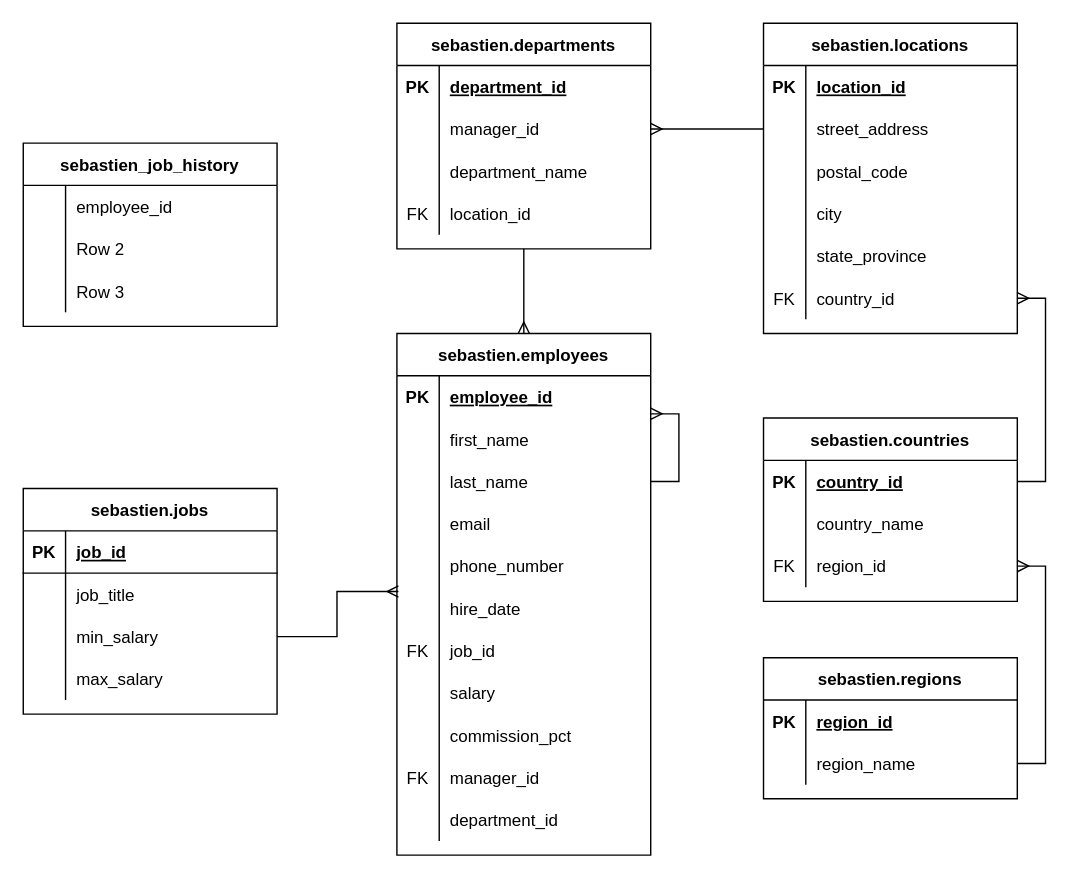
WSQD3Chimp/Lab-7 keeps this draw.io diagram as New Diagram.drawio. Above is the earlier version. Source tidied: cells renumbered, new cells numbered last; positions are measured from the earlier drawing's top-left corner, leaving out a move shared by most shapes. Both pictures are drawn from the tidied source at 141%, with x=0, y=0 at pixel (23, 23).
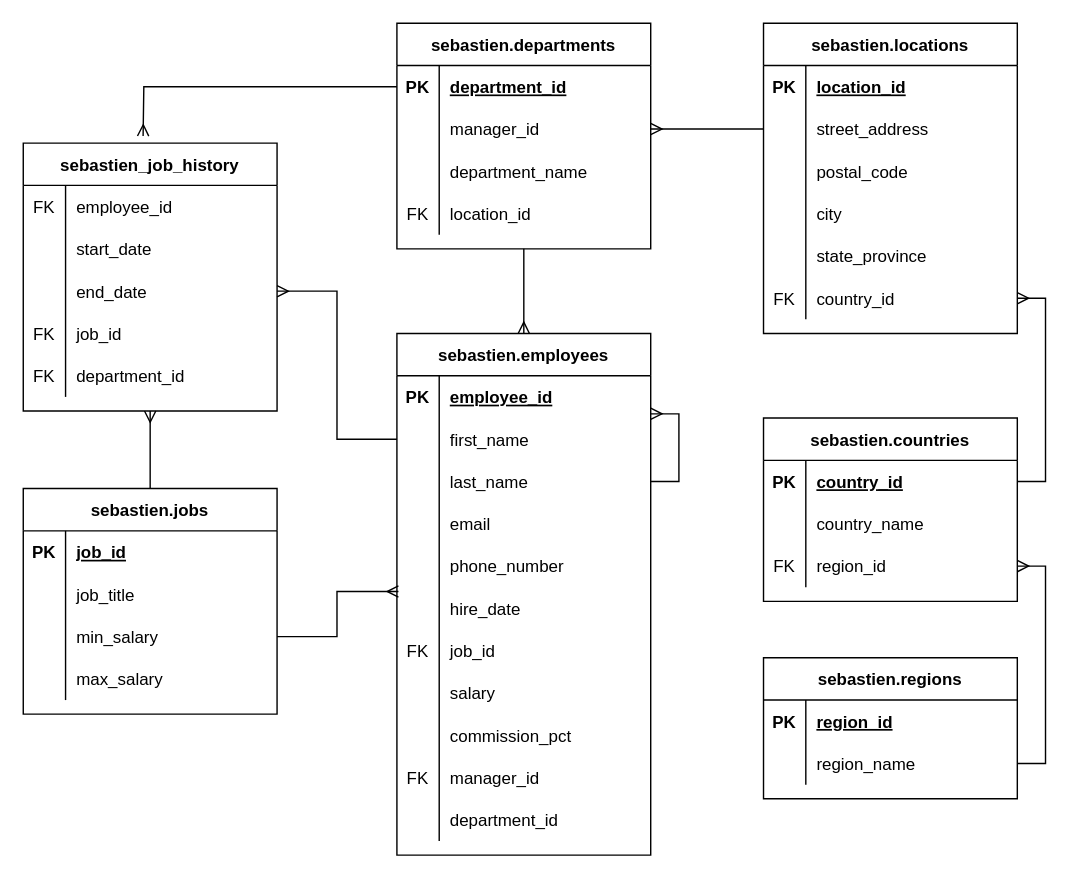
The same page after the edit.

Unchanged cells that the change refers to:
```xml
<mxCell id="42" style="shape=partialRectangle;fillColor=none;top=0;left=0;bottom=1;right=0;points=[[0,0.5],[1,0.5]];portConstraint=eastwest;strokeColor=none;" parent="41" vertex="1">
  <mxGeometry y="30" width="180" height="30" as="geometry" />
</mxCell>
<mxCell id="59" style="shape=partialRectangle;fillColor=none;top=0;left=0;bottom=0;right=0;points=[[0,0.5],[1,0.5]];portConstraint=eastwest;" parent="55" vertex="1">
  <mxGeometry y="60" width="180" height="30" as="geometry" />
</mxCell>
<mxCell id="90" value="sebastien.jobs" style="shape=table;startSize=30;childLayout=tableLayout;rowLines=0;fontStyle=1;align=center;" parent="1" vertex="1">
  <mxGeometry y="330" width="180" height="160" as="geometry" />
</mxCell>
<mxCell id="105" style="shape=partialRectangle;fillColor=none;top=0;left=0;bottom=0;right=0;" parent="104" vertex="1">
  <mxGeometry y="30" width="180" height="30" as="geometry" />
</mxCell>
<mxCell id="108" style="shape=partialRectangle;fillColor=none;top=0;left=0;bottom=0;right=0;" parent="104" vertex="1">
  <mxGeometry y="60" width="180" height="30" as="geometry" />
</mxCell>
<mxCell id="111" style="shape=partialRectangle;fillColor=none;top=0;left=0;bottom=0;right=0;points=[[0,0.5],[1,0.5]];portConstraint=eastwest;" parent="104" vertex="1">
  <mxGeometry y="90" width="180" height="30" as="geometry" />
</mxCell>
```

Change to the diagram source:
```diff
@@
+    <mxCell id="114" style="edgeStyle=orthogonalEdgeStyle;rounded=0;jettySize=auto;html=1;exitX=0.5;exitY=0;exitDx=0;exitDy=0;entryX=0.5;entryY=1;entryDx=0;entryDy=0;endArrow=ERmany;endFill=0;" parent="1" edge="1" source="90" target="104">
+      <mxGeometry relative="1" as="geometry" />
+    </mxCell>
@@
-    <mxCell id="91" style="shape=partialRectangle;fillColor=none;top=0;left=0;bottom=1;right=0;" parent="90" vertex="1">
+    <mxCell id="91" style="shape=partialRectangle;fillColor=none;top=0;left=0;bottom=1;right=0;strokeColor=none;" parent="90" vertex="1">
       <mxGeometry y="30" width="180" height="30" as="geometry" />
     </mxCell>
@@
     <mxCell id="104" value="sebastien_job_history" style="shape=table;startSize=30;childLayout=tableLayout;rowLines=0;fontStyle=1;align=center;" parent="1" vertex="1">
-      <mxGeometry y="85" width="180" height="130" as="geometry" />
+      <mxGeometry y="85" width="180" height="190" as="geometry" />
     </mxCell>
@@
-    <mxCell id="106" style="shape=partialRectangle;fillColor=none;top=0;left=0;bottom=0;right=0;overflow=hidden;" parent="105" vertex="1">
+    <mxCell id="106" value="FK" style="shape=partialRectangle;fillColor=none;top=0;left=0;bottom=0;right=0;overflow=hidden;" parent="105" vertex="1">
       <mxGeometry width="30" height="30" as="geometry" />
     </mxCell>
@@
-    <mxCell id="110" value="Row 2" style="shape=partialRectangle;fillColor=none;top=0;left=0;bottom=0;right=0;align=left;spacingLeft=6;overflow=hidden;" parent="108" vertex="1">
+    <mxCell id="110" value="start_date" style="shape=partialRectangle;fillColor=none;top=0;left=0;bottom=0;right=0;align=left;spacingLeft=6;overflow=hidden;" parent="108" vertex="1">
       <mxGeometry x="30" width="150" height="30" as="geometry" />
     </mxCell>
@@
-    <mxCell id="113" value="Row 3" style="shape=partialRectangle;fillColor=none;top=0;left=0;bottom=0;right=0;align=left;spacingLeft=6;overflow=hidden;" parent="111" vertex="1">
+    <mxCell id="113" value="end_date" style="shape=partialRectangle;fillColor=none;top=0;left=0;bottom=0;right=0;align=left;spacingLeft=6;overflow=hidden;" parent="111" vertex="1">
       <mxGeometry x="30" width="150" height="30" as="geometry" />
     </mxCell>
+    <mxCell id="115" style="shape=partialRectangle;fillColor=none;top=0;left=0;bottom=0;right=0;" parent="104" vertex="1">
+      <mxGeometry y="120" width="180" height="30" as="geometry" />
+    </mxCell>
+    <mxCell id="116" value="FK" style="shape=partialRectangle;fillColor=none;top=0;left=0;bottom=0;right=0;overflow=hidden;" parent="115" vertex="1">
+      <mxGeometry width="30" height="30" as="geometry" />
+    </mxCell>
+    <mxCell id="117" value="job_id" style="shape=partialRectangle;fillColor=none;top=0;left=0;bottom=0;right=0;align=left;spacingLeft=6;overflow=hidden;" parent="115" vertex="1">
+      <mxGeometry x="30" width="150" height="30" as="geometry" />
+    </mxCell>
+    <mxCell id="118" style="shape=partialRectangle;fillColor=none;top=0;left=0;bottom=0;right=0;" parent="104" vertex="1">
+      <mxGeometry y="150" width="180" height="30" as="geometry" />
+    </mxCell>
+    <mxCell id="119" value="FK" style="shape=partialRectangle;fillColor=none;top=0;left=0;bottom=0;right=0;overflow=hidden;" parent="118" vertex="1">
+      <mxGeometry width="30" height="30" as="geometry" />
+    </mxCell>
+    <mxCell id="120" value="department_id" style="shape=partialRectangle;fillColor=none;top=0;left=0;bottom=0;right=0;align=left;spacingLeft=6;overflow=hidden;" parent="118" vertex="1">
+      <mxGeometry x="30" width="150" height="30" as="geometry" />
+    </mxCell>
+    <mxCell id="121" style="edgeStyle=orthogonalEdgeStyle;rounded=0;jettySize=auto;html=1;exitX=0;exitY=0.5;exitDx=0;exitDy=0;endArrow=ERmany;endFill=0;" parent="1" edge="1" source="42">
+      <mxGeometry relative="1" as="geometry">
+        <mxPoint x="85" y="80" as="targetPoint" />
+      </mxGeometry>
+    </mxCell>
+    <mxCell id="122" style="edgeStyle=orthogonalEdgeStyle;rounded=0;jettySize=auto;html=1;exitX=0;exitY=0.5;exitDx=0;exitDy=0;entryX=1;entryY=0.5;entryDx=0;entryDy=0;endArrow=ERmany;endFill=0;" parent="1" edge="1" source="59" target="111">
+      <mxGeometry relative="1" as="geometry" />
+    </mxCell>
```
